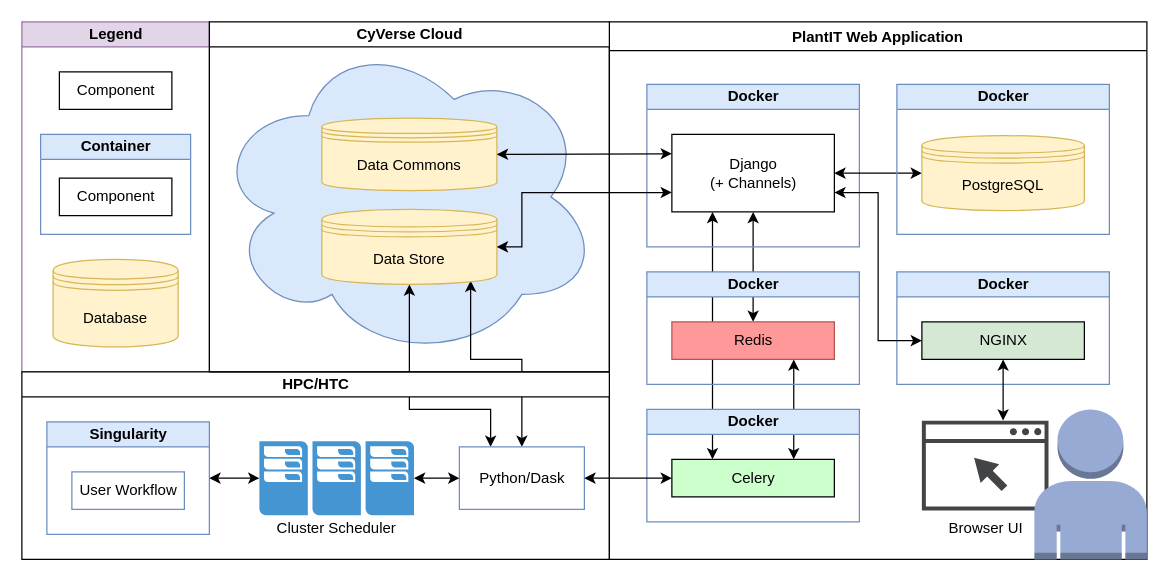
Earlier version of the draw.io diagram docs/media/arch.drawio (Computational-Plant-Science/plantit). Source tidied: cells renumbered, new cells numbered last; positions are measured from the earlier drawing's top-left corner, leaving out a move shared by most shapes. Both pictures are drawn from the tidied source at 125%, with x=0, y=0 at pixel (21, 21). Pictures stored in the file or linked from it are replaced by grey dashed boxes.
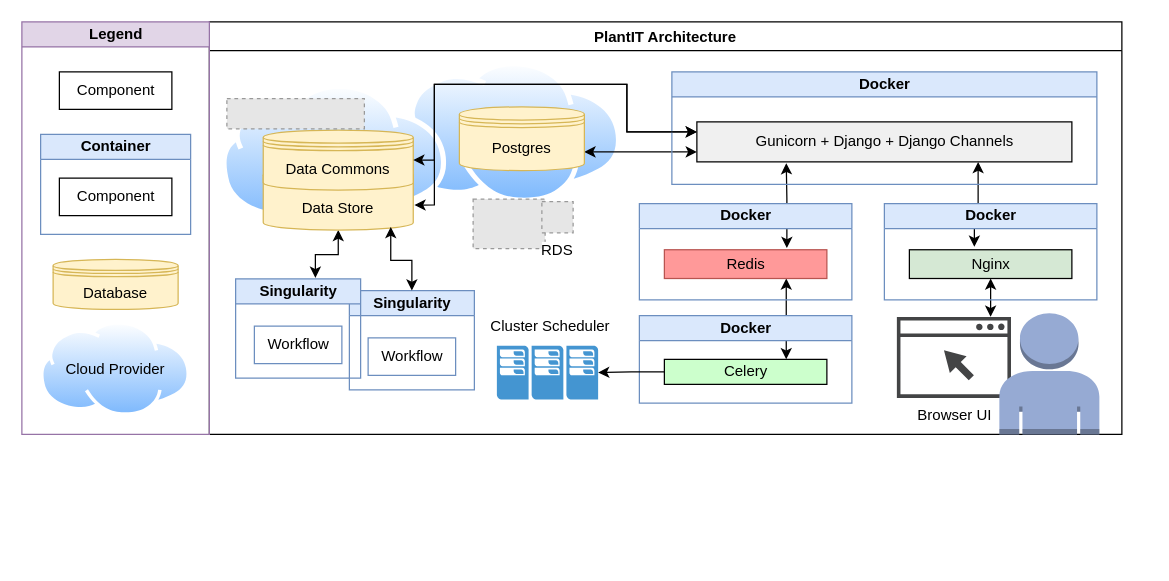
The same page after the edit.

Commit message (it also covers changes not shown here):
update architecture figure

What changed in the source:
```diff
@@
-    <mxCell id="2" style="ellipse;shape=cloud;whiteSpace=wrap;html=1;fillColor=#dae8fc;strokeColor=#6c8ebf;" parent="1" vertex="1">
-      <mxGeometry x="152" y="10" width="310" height="260" as="geometry" />
-    </mxCell>
-    <mxCell id="3" style="edgeStyle=orthogonalEdgeStyle;rounded=0;jettySize=auto;html=1;exitX=0.25;exitY=0;exitDx=0;exitDy=0;entryX=0.5;entryY=1;entryDx=0;entryDy=0;startArrow=classic;startFill=1;" parent="1" edge="1" source="33" target="37">
-      <mxGeometry relative="1" as="geometry">
-        <Array as="points">
-          <mxPoint x="375" y="310" />
-          <mxPoint x="310" y="310" />
-        </Array>
-      </mxGeometry>
-    </mxCell>
-    <mxCell id="4" style="edgeStyle=orthogonalEdgeStyle;rounded=0;jettySize=auto;html=1;exitX=0.5;exitY=0;exitDx=0;exitDy=0;entryX=0.85;entryY=0.95;entryDx=0;entryDy=0;startArrow=classic;startFill=1;entryPerimeter=0;" parent="1" edge="1" source="33" target="37">
-      <mxGeometry relative="1" as="geometry">
-        <Array as="points">
-          <mxPoint x="400" y="270" />
-          <mxPoint x="359" y="270" />
-        </Array>
-      </mxGeometry>
-    </mxCell>
+    <mxCell id="43" style="edgeStyle=orthogonalEdgeStyle;rounded=0;orthogonalLoop=1;jettySize=auto;html=1;entryX=0.75;entryY=1;entryDx=0;entryDy=0;startArrow=classic;startFill=1;" parent="1" edge="1">
+      <mxGeometry relative="1" as="geometry">
+        <mxPoint x="612" y="181" as="sourcePoint" />
+        <mxPoint x="611.5" y="113" as="targetPoint" />
+        <Array as="points">
+          <mxPoint x="612" y="141" />
+        </Array>
+      </mxGeometry>
+    </mxCell>
-    <mxCell id="5" value="PlantIT Web Application" style="swimlane;" parent="1" vertex="1">
-      <mxGeometry x="470" width="430" height="430" as="geometry" />
+    <mxCell id="5" value="PlantIT Architecture" style="swimlane;" parent="1" vertex="1">
+      <mxGeometry x="150" width="730" height="330" as="geometry" />
     </mxCell>
+    <mxCell id="44" value="Singularity" style="swimlane;html=1;startSize=20;horizontal=1;containerType=tree;strokeColor=#6c8ebf;fillColor=#dae8fc;" parent="5" vertex="1">
+      <mxGeometry x="112" y="215" width="100" height="79.4" as="geometry" />
+    </mxCell>
+    <mxCell id="45" value="Workflow" style="html=1;strokeColor=#6c8ebf;gradientDirection=east;fillColor=none;" parent="44" vertex="1">
+      <mxGeometry x="15" y="37.8" width="70" height="30" as="geometry" />
+    </mxCell>
+    <mxCell id="46" style="perimeter=ellipsePerimeter;html=1;align=center;shadow=0;dashed=0;spacingTop=3;image;image=img/lib/active_directory/internet_cloud.svg;fontSize=8;fillColor=#FFF4C3;" parent="5" vertex="1">
+      <mxGeometry x="150" y="31.9" width="180" height="113.4" as="geometry" />
+    </mxCell>
@@
-    <mxCell id="7" style="edgeStyle=orthogonalEdgeStyle;rounded=0;jettySize=auto;html=1;exitX=0.5;exitY=0;exitDx=0;exitDy=0;entryX=0.5;entryY=1;entryDx=0;entryDy=0;startArrow=classic;startFill=1;" parent="5" edge="1" source="16" target="12">
-      <mxGeometry relative="1" as="geometry" />
-    </mxCell>
-    <mxCell id="8" style="edgeStyle=orthogonalEdgeStyle;rounded=0;jettySize=auto;html=1;exitX=0.25;exitY=0;exitDx=0;exitDy=0;entryX=0.25;entryY=1;entryDx=0;entryDy=0;startArrow=classic;startFill=1;" parent="5" edge="1" source="14" target="12">
-      <mxGeometry relative="1" as="geometry" />
-    </mxCell>
-    <mxCell id="9" value="Docker" style="swimlane;html=1;startSize=20;horizontal=1;containerType=tree;fillColor=#dae8fc;strokeColor=#6c8ebf;" parent="5" vertex="1">
-      <mxGeometry x="230" y="200" width="170" height="90" as="geometry" />
-    </mxCell>
-    <mxCell id="10" value="NGINX" style="html=1;fillColor=#D5E8D4;" parent="9" vertex="1">
-      <mxGeometry x="20" y="40" width="130" height="30" as="geometry" />
-    </mxCell>
-    <mxCell id="11" value="Docker" style="swimlane;html=1;startSize=20;horizontal=1;containerType=tree;fillColor=#dae8fc;strokeColor=#6c8ebf;" parent="5" vertex="1">
-      <mxGeometry x="30" y="50" width="170" height="130" as="geometry" />
-    </mxCell>
-    <mxCell id="12" value="&lt;div&gt;Django&lt;/div&gt;&lt;div&gt;(+ Channels)&lt;br&gt;&lt;/div&gt;" style="html=1;" parent="11" vertex="1">
-      <mxGeometry x="20" y="40" width="130" height="62" as="geometry" />
-    </mxCell>
     <mxCell id="13" value="Docker" style="swimlane;html=1;startSize=20;horizontal=1;containerType=tree;fillColor=#dae8fc;strokeColor=#6c8ebf;" parent="5" vertex="1">
-      <mxGeometry x="30" y="310" width="170" height="90" as="geometry" />
+      <mxGeometry x="344" y="235" width="170" height="70" as="geometry" />
     </mxCell>
     <mxCell id="14" value="Celery" style="html=1;fillColor=#CCFFCC;" parent="13" vertex="1">
-      <mxGeometry x="20" y="40" width="130" height="30" as="geometry" />
+      <mxGeometry x="20" y="35" width="130" height="20" as="geometry" />
     </mxCell>
-    <mxCell id="15" value="Docker" style="swimlane;html=1;startSize=20;horizontal=1;containerType=tree;fillColor=#dae8fc;strokeColor=#6c8ebf;" parent="5" vertex="1">
-      <mxGeometry x="30" y="200" width="170" height="90" as="geometry" />
-    </mxCell>
-    <mxCell id="16" value="Redis" style="html=1;strokeColor=#b85450;fillColor=#FF9999;" parent="15" vertex="1">
-      <mxGeometry x="20" y="40" width="130" height="30" as="geometry" />
-    </mxCell>
-    <mxCell id="17" style="edgeStyle=orthogonalEdgeStyle;rounded=0;jettySize=auto;html=1;exitX=0;exitY=0.5;exitDx=0;exitDy=0;entryX=1;entryY=0.75;entryDx=0;entryDy=0;startArrow=classic;startFill=1;" parent="5" edge="1" source="10" target="12">
-      <mxGeometry relative="1" as="geometry" />
+    <mxCell id="17" style="edgeStyle=orthogonalEdgeStyle;rounded=0;jettySize=auto;html=1;entryX=0.75;entryY=1;entryDx=0;entryDy=0;startArrow=classic;startFill=1;" parent="5" edge="1" target="12">
+      <mxGeometry relative="1" as="geometry">
+        <mxPoint x="612" y="180" as="sourcePoint" />
+        <Array as="points">
+          <mxPoint x="612" y="150" />
+        </Array>
+      </mxGeometry>
     </mxCell>
     <mxCell id="18" value="Browser UI" style="shadow=0;dashed=0;html=1;strokeColor=none;fillColor=#434445;labelPosition=center;verticalLabelPosition=bottom;verticalAlign=top;align=center;outlineConnect=0;shape=mxgraph.vvd.web_browser;" parent="5" vertex="1">
-      <mxGeometry x="250" y="319" width="101.3" height="71.9" as="geometry" />
+      <mxGeometry x="550" y="236" width="91.3" height="64.8" as="geometry" />
     </mxCell>
     <mxCell id="19" style="edgeStyle=orthogonalEdgeStyle;rounded=1;jettySize=auto;html=1;exitX=0.5;exitY=1;exitDx=0;exitDy=0;startArrow=classic;startFill=1;" parent="5" edge="1" source="10" target="18">
       <mxGeometry relative="1" as="geometry">
         <Array as="points">
-          <mxPoint x="315" y="300" />
-          <mxPoint x="315" y="300" />
+          <mxPoint x="629" y="250" />
+          <mxPoint x="629" y="250" />
         </Array>
       </mxGeometry>
     </mxCell>
     <mxCell id="20" style="dashed=0;verticalLabelPosition=bottom;verticalAlign=top;align=center;html=1;shape=mxgraph.aws3.user;fillColor=#96AAD3;gradientColor=none;" parent="5" vertex="1">
-      <mxGeometry x="340" y="310" width="90" height="120" as="geometry" />
+      <mxGeometry x="632" y="233" width="80" height="97" as="geometry" />
     </mxCell>
+    <mxCell id="30" style="shadow=0;dashed=0;html=1;strokeColor=none;fillColor=#4495D1;labelPosition=center;verticalLabelPosition=bottom;verticalAlign=top;align=center;outlineConnect=0;shape=mxgraph.veeam.cluster;" parent="5" vertex="1">
+      <mxGeometry x="230" y="259" width="81" height="43" as="geometry" />
+    </mxCell>
+    <mxCell id="31" value="Singularity" style="swimlane;html=1;startSize=20;horizontal=1;containerType=tree;strokeColor=#6c8ebf;fillColor=#dae8fc;" parent="5" vertex="1">
+      <mxGeometry x="21" y="205.6" width="100" height="79.4" as="geometry" />
+    </mxCell>
+    <mxCell id="32" value="Workflow" style="html=1;strokeColor=#6c8ebf;gradientDirection=east;fillColor=none;" parent="31" vertex="1">
+      <mxGeometry x="15" y="37.8" width="70" height="30" as="geometry" />
+    </mxCell>
+    <mxCell id="36" value="Cluster Scheduler" style="text;html=1;strokeColor=none;fillColor=none;align=center;verticalAlign=middle;whiteSpace=wrap;rounded=0;" parent="5" vertex="1">
+      <mxGeometry x="199" y="233.7" width="148.2" height="20.3" as="geometry" />
+    </mxCell>
+    <mxCell id="9" value="Docker" style="swimlane;html=1;startSize=20;horizontal=1;containerType=tree;fillColor=#dae8fc;strokeColor=#6c8ebf;" parent="5" vertex="1">
+      <mxGeometry x="540" y="145.3" width="170" height="77" as="geometry" />
+    </mxCell>
+    <mxCell id="10" value="Nginx" style="html=1;fillColor=#D5E8D4;" parent="9" vertex="1">
+      <mxGeometry x="20" y="37" width="130" height="23" as="geometry" />
+    </mxCell>
+    <mxCell id="47" style="perimeter=ellipsePerimeter;html=1;align=center;shadow=0;dashed=0;spacingTop=3;image;image=img/lib/active_directory/internet_cloud.svg;fontSize=8;" parent="5" vertex="1">
+      <mxGeometry x="10" y="50" width="180" height="113.4" as="geometry" />
+    </mxCell>
+    <mxCell id="42" style="endArrow=classic;startArrow=classic;html=1;rounded=0;exitX=0.5;exitY=1;exitDx=0;exitDy=0;entryX=0.638;entryY=-0.01;entryDx=0;entryDy=0;entryPerimeter=0;edgeStyle=orthogonalEdgeStyle;" parent="5" edge="1" source="37" target="31">
+      <mxGeometry relative="1" as="geometry" />
+    </mxCell>
+    <mxCell id="37" value="&lt;span&gt;Data Store&lt;/span&gt;" style="shape=datastore;whiteSpace=wrap;html=1;fillColor=#fff2cc;strokeColor=#d6b656;" parent="5" vertex="1">
+      <mxGeometry x="43.1" y="116.5" width="120" height="50" as="geometry" />
+    </mxCell>
+    <mxCell id="39" value="Data Commons" style="shape=datastore;whiteSpace=wrap;html=1;fillColor=#fff2cc;strokeColor=#d6b656;" parent="5" vertex="1">
+      <mxGeometry x="43.1" y="86.5" width="120" height="48" as="geometry" />
+    </mxCell>
-    <mxCell id="21" style="edgeStyle=orthogonalEdgeStyle;rounded=0;jettySize=auto;html=1;exitX=0;exitY=0.5;exitDx=0;exitDy=0;entryX=1;entryY=0.5;entryDx=0;entryDy=0;startArrow=classic;startFill=1;" parent="5" edge="1" source="23" target="12">
-      <mxGeometry relative="1" as="geometry" />
+    <mxCell id="21" style="edgeStyle=orthogonalEdgeStyle;rounded=0;jettySize=auto;html=1;startArrow=classic;startFill=1;entryX=0;entryY=0.75;entryDx=0;entryDy=0;" parent="5" edge="1" target="12">
+      <mxGeometry relative="1" as="geometry">
+        <mxPoint x="300" y="104" as="sourcePoint" />
+        <Array as="points">
+          <mxPoint x="300" y="104" />
+        </Array>
+      </mxGeometry>
     </mxCell>
-    <mxCell id="22" value="Docker" style="swimlane;html=1;startSize=20;horizontal=1;containerType=tree;fillColor=#dae8fc;strokeColor=#6c8ebf;" parent="5" vertex="1">
-      <mxGeometry x="230" y="50" width="170" height="120" as="geometry" />
-    </mxCell>
+    <mxCell id="48" style="endArrow=classic;startArrow=classic;html=1;rounded=0;edgeStyle=orthogonalEdgeStyle;exitX=1;exitY=0.5;exitDx=0;exitDy=0;" parent="5" edge="1" source="39">
+      <mxGeometry relative="1" as="geometry">
+        <mxPoint x="390" y="88" as="targetPoint" />
+        <Array as="points">
+          <mxPoint x="180" y="111" />
+          <mxPoint x="180" y="50" />
+          <mxPoint x="334" y="50" />
+          <mxPoint x="334" y="88" />
+        </Array>
+      </mxGeometry>
+    </mxCell>
+    <mxCell id="49" style="fillColor=#E6E6E6;strokeColor=#999999;dashed=1;verticalLabelPosition=bottom;labelBackgroundColor=default;verticalAlign=top;" parent="5" vertex="1">
+      <mxGeometry x="14" y="61.3" width="110" height="24.2" as="geometry" />
+    </mxCell>
-    <mxCell id="23" value="PostgreSQL" style="shape=datastore;whiteSpace=wrap;html=1;fillColor=#fff2cc;strokeColor=#d6b656;" parent="22" vertex="1">
-      <mxGeometry x="20" y="41" width="130" height="60" as="geometry" />
+    <mxCell id="23" value="Postgres" style="shape=datastore;whiteSpace=wrap;html=1;fillColor=#fff2cc;strokeColor=#d6b656;" parent="5" vertex="1">
+      <mxGeometry x="200" y="68" width="100" height="51" as="geometry" />
     </mxCell>
+    <mxCell id="50" style="edgeStyle=orthogonalEdgeStyle;rounded=0;jettySize=auto;html=1;exitX=0;exitY=0.5;exitDx=0;exitDy=0;" parent="5" edge="1" source="14" target="30">
+      <mxGeometry relative="1" as="geometry" />
+    </mxCell>
+    <mxCell id="15" value="Docker" style="swimlane;html=1;startSize=20;horizontal=1;containerType=tree;fillColor=#dae8fc;strokeColor=#6c8ebf;" parent="5" vertex="1">
+      <mxGeometry x="344" y="145.3" width="170" height="77" as="geometry" />
+    </mxCell>
+    <mxCell id="16" value="Redis" style="html=1;strokeColor=#b85450;fillColor=#FF9999;" parent="15" vertex="1">
+      <mxGeometry x="20" y="37" width="130" height="23" as="geometry" />
+    </mxCell>
+    <mxCell id="51" style="fillColor=#E6E6E6;strokeColor=#999999;dashed=1;verticalLabelPosition=bottom;labelBackgroundColor=default;verticalAlign=top;" parent="5" vertex="1">
+      <mxGeometry x="211" y="141.7" width="57.6" height="39.7" as="geometry" />
+    </mxCell>
+    <mxCell id="52" value="RDS" style="fillColor=#E6E6E6;strokeColor=#999999;dashed=1;verticalLabelPosition=bottom;labelBackgroundColor=default;verticalAlign=top;" parent="5" vertex="1">
+      <mxGeometry x="266" y="143.7" width="25" height="25" as="geometry" />
+    </mxCell>
+    <mxCell id="11" value="Docker" style="swimlane;html=1;startSize=20;horizontal=1;containerType=tree;fillColor=#dae8fc;strokeColor=#6c8ebf;" parent="5" vertex="1">
+      <mxGeometry x="370" y="40" width="340" height="90" as="geometry" />
+    </mxCell>
+    <mxCell id="12" value="&lt;div&gt;Gunicorn + Django + Django Channels&lt;/div&gt;" style="html=1;fillColor=#F0F0F0;" parent="11" vertex="1">
+      <mxGeometry x="20" y="40" width="300" height="32" as="geometry" />
+    </mxCell>
+    <mxCell id="53" style="endArrow=classic;startArrow=classic;html=1;rounded=0;edgeStyle=orthogonalEdgeStyle;exitX=1;exitY=1;exitDx=0;exitDy=0;entryX=0;entryY=0.25;entryDx=0;entryDy=0;" parent="5" edge="1" source="47" target="12">
+      <mxGeometry relative="1" as="geometry">
+        <Array as="points">
+          <mxPoint x="180" y="147" />
+          <mxPoint x="180" y="50" />
+          <mxPoint x="334" y="50" />
+          <mxPoint x="334" y="88" />
+        </Array>
+      </mxGeometry>
+    </mxCell>
+    <mxCell id="54" style="endArrow=classic;startArrow=classic;html=1;rounded=0;exitX=0.85;exitY=0.95;exitDx=0;exitDy=0;edgeStyle=orthogonalEdgeStyle;exitPerimeter=0;" parent="5" edge="1" source="37" target="44">
+      <mxGeometry relative="1" as="geometry" />
+    </mxCell>
     <mxCell id="24" value="Legend" style="swimlane;html=1;startSize=20;horizontal=1;containerType=tree;fillColor=#e1d5e7;strokeColor=#9673a6;" parent="1" vertex="1">
-      <mxGeometry width="150" height="280" as="geometry" />
+      <mxGeometry width="150" height="330" as="geometry" />
     </mxCell>
     <mxCell id="25" value="Database" style="shape=datastore;whiteSpace=wrap;html=1;fillColor=#fff2cc;strokeColor=#d6b656;" parent="24" vertex="1">
-      <mxGeometry x="25" y="190" width="100" height="70" as="geometry" />
+      <mxGeometry x="25" y="190" width="100" height="40" as="geometry" />
     </mxCell>
@@
-    <mxCell id="29" value="HPC/HTC" style="swimlane;html=1;startSize=20;horizontal=1;containerType=tree;" parent="1" vertex="1">
-      <mxGeometry y="280" width="470" height="150" as="geometry" />
-    </mxCell>
-    <mxCell id="30" style="shadow=0;dashed=0;html=1;strokeColor=none;fillColor=#4495D1;labelPosition=center;verticalLabelPosition=bottom;verticalAlign=top;align=center;outlineConnect=0;shape=mxgraph.veeam.cluster;" parent="29" vertex="1">
-      <mxGeometry x="190" y="55.4" width="123.7" height="59.2" as="geometry" />
-    </mxCell>
-    <mxCell id="31" value="Singularity" style="swimlane;html=1;startSize=20;horizontal=1;containerType=tree;strokeColor=#6c8ebf;fillColor=#dae8fc;" parent="29" vertex="1">
-      <mxGeometry x="20" y="40" width="130" height="90" as="geometry" />
-    </mxCell>
-    <mxCell id="32" value="User Workflow" style="html=1;strokeColor=#6c8ebf;gradientDirection=east;fillColor=none;" parent="31" vertex="1">
-      <mxGeometry x="20" y="40" width="90" height="30" as="geometry" />
-    </mxCell>
-    <mxCell id="33" value="&lt;div&gt;Python/Dask&lt;/div&gt;" style="html=1;strokeColor=#6c8ebf;gradientDirection=east;fillColor=none;" parent="29" vertex="1">
-      <mxGeometry x="350" y="60" width="100" height="50" as="geometry" />
-    </mxCell>
-    <mxCell id="34" style="edgeStyle=orthogonalEdgeStyle;rounded=0;jettySize=auto;html=1;exitX=1;exitY=0.5;exitDx=0;exitDy=0;startArrow=classic;startFill=1;" parent="29" edge="1" source="31" target="30">
-      <mxGeometry relative="1" as="geometry" />
-    </mxCell>
-    <mxCell id="35" style="edgeStyle=orthogonalEdgeStyle;rounded=0;jettySize=auto;html=1;exitX=0;exitY=0.5;exitDx=0;exitDy=0;startArrow=classic;startFill=1;" parent="29" edge="1" source="33" target="30">
-      <mxGeometry relative="1" as="geometry" />
-    </mxCell>
-    <mxCell id="36" value="Cluster Scheduler" style="text;html=1;strokeColor=none;fillColor=none;align=center;verticalAlign=middle;whiteSpace=wrap;rounded=0;" parent="29" vertex="1">
-      <mxGeometry x="177.8" y="114.6" width="148.2" height="20" as="geometry" />
-    </mxCell>
-    <mxCell id="37" value="&lt;span&gt;Data Store&lt;/span&gt;" style="shape=datastore;whiteSpace=wrap;html=1;fillColor=#fff2cc;strokeColor=#d6b656;" parent="1" vertex="1">
-      <mxGeometry x="240" y="150" width="140" height="60" as="geometry" />
-    </mxCell>
-    <mxCell id="38" value="CyVerse Cloud" style="swimlane;html=1;startSize=20;horizontal=1;containerType=tree;" parent="1" vertex="1">
-      <mxGeometry x="150" width="320" height="280" as="geometry" />
-    </mxCell>
-    <mxCell id="39" value="Data Commons" style="shape=datastore;whiteSpace=wrap;html=1;fillColor=#fff2cc;strokeColor=#d6b656;" parent="1" vertex="1">
-      <mxGeometry x="240" y="77" width="140" height="58" as="geometry" />
-    </mxCell>
-    <mxCell id="40" style="edgeStyle=orthogonalEdgeStyle;rounded=0;jettySize=auto;html=1;exitX=0;exitY=0.5;exitDx=0;exitDy=0;entryX=1;entryY=0.5;entryDx=0;entryDy=0;startArrow=classic;startFill=1;" parent="1" edge="1" source="14" target="33">
-      <mxGeometry relative="1" as="geometry" />
-    </mxCell>
-    <mxCell id="41" style="edgeStyle=orthogonalEdgeStyle;rounded=0;jettySize=auto;html=1;exitX=0;exitY=0.75;exitDx=0;exitDy=0;entryX=1;entryY=0.5;entryDx=0;entryDy=0;startArrow=classic;startFill=1;" parent="1" edge="1" source="12" target="37">
-      <mxGeometry relative="1" as="geometry">
-        <Array as="points">
-          <mxPoint x="400" y="137" />
-          <mxPoint x="400" y="180" />
-        </Array>
-      </mxGeometry>
-    </mxCell>
-    <mxCell id="42" style="endArrow=classic;startArrow=classic;html=1;rounded=0;exitX=1;exitY=0.5;exitDx=0;exitDy=0;entryX=0;entryY=0.25;entryDx=0;entryDy=0;" parent="1" edge="1" source="39" target="12">
-      <mxGeometry relative="1" as="geometry" />
-    </mxCell>
+    <mxCell id="55" style="perimeter=ellipsePerimeter;html=1;align=center;shadow=0;dashed=0;spacingTop=3;image;image=img/lib/active_directory/internet_cloud.svg;fontSize=8;" parent="24" vertex="1">
+      <mxGeometry x="15" y="240" width="120" height="75.6" as="geometry" />
+    </mxCell>
+    <mxCell id="56" value="Cloud Provider" style="text;html=1;strokeColor=none;fillColor=none;align=center;verticalAlign=middle;whiteSpace=wrap;rounded=0;" parent="24" vertex="1">
+      <mxGeometry x="0.9" y="267.8" width="148.2" height="20" as="geometry" />
+    </mxCell>
```
